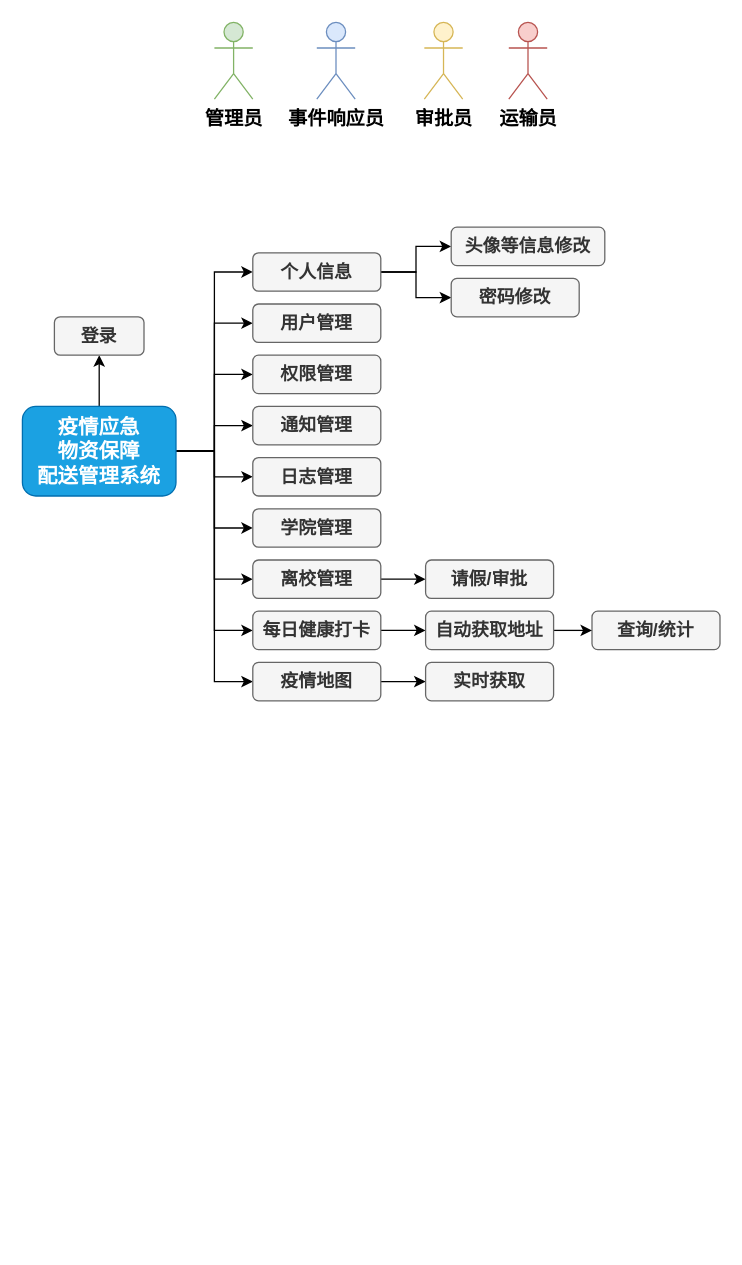
Above: 3疫情应急物资仓库配送管理系统基础版.drawio in redcomet88/DRAW (draw.io), before the change. Source tidied: cells renumbered, new cells numbered last; positions are measured from the earlier drawing's top-left corner, leaving out a move shared by most shapes. Both pictures are drawn from the tidied source at 128%, with x=0, y=0 at pixel (22, 22).
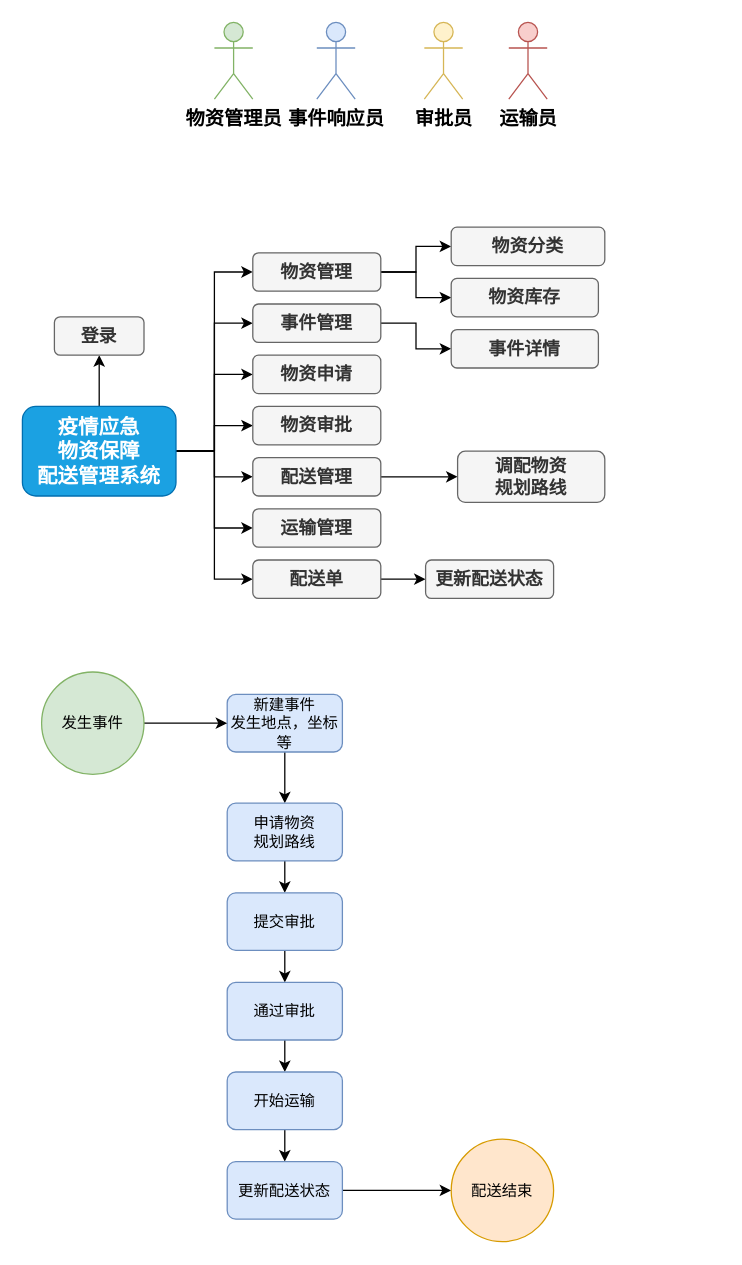
The same page after the edit.

Commit message:
Update 3疫情应急物资仓库配送管理系统基础版.drawio

The change refers to these unchanged cells:
```xml
<mxCell id="16" value="疫情应急&lt;br&gt;物资保障&lt;br&gt;配送管理系统" style="rounded=1;whiteSpace=wrap;html=1;fontSize=16;fillColor=#1ba1e2;strokeColor=#006EAF;fontColor=#ffffff;fontStyle=1;" parent="1" vertex="1">
  <mxGeometry y="300" width="120" height="70" as="geometry" />
</mxCell>
```

Change to the diagram source:
```diff
@@
-    <mxCell id="2" value="管理员" style="shape=umlActor;verticalLabelPosition=bottom;verticalAlign=top;html=1;fillColor=#d5e8d4;strokeColor=#82b366;fontStyle=1;fontSize=15;" parent="1" vertex="1">
+    <mxCell id="2" value="物资管理员" style="shape=umlActor;verticalLabelPosition=bottom;verticalAlign=top;html=1;fillColor=#d5e8d4;strokeColor=#82b366;fontStyle=1;fontSize=15;" parent="1" vertex="1">
       <mxGeometry x="150" width="30" height="60" as="geometry" />
     </mxCell>
@@
-    <mxCell id="10" style="edgeStyle=orthogonalEdgeStyle;rounded=0;jettySize=auto;html=1;exitX=1;exitY=0.5;exitDx=0;exitDy=0;entryX=0;entryY=0.5;entryDx=0;entryDy=0;fontSize=16;" parent="1" edge="1" source="16" target="36">
-      <mxGeometry relative="1" as="geometry" />
-    </mxCell>
@@
-    <mxCell id="15" style="edgeStyle=orthogonalEdgeStyle;rounded=0;jettySize=auto;html=1;exitX=1;exitY=0.5;exitDx=0;exitDy=0;entryX=0;entryY=0.5;entryDx=0;entryDy=0;fontSize=16;" parent="1" edge="1" source="16" target="31">
-      <mxGeometry relative="1" as="geometry" />
-    </mxCell>
@@
+    <mxCell id="39" style="edgeStyle=orthogonalEdgeStyle;rounded=0;jettySize=auto;html=1;exitX=1;exitY=0.5;exitDx=0;exitDy=0;entryX=0;entryY=0.5;entryDx=0;entryDy=0;" parent="1" edge="1" source="18" target="41">
+      <mxGeometry relative="1" as="geometry" />
+    </mxCell>
-    <mxCell id="18" value="用户管理" style="rounded=1;whiteSpace=wrap;html=1;fontSize=14;fillColor=#f5f5f5;fontColor=#333333;strokeColor=#666666;fontStyle=1;" parent="1" vertex="1">
+    <mxCell id="18" value="事件管理" style="rounded=1;whiteSpace=wrap;html=1;fontSize=14;fillColor=#f5f5f5;fontColor=#333333;strokeColor=#666666;fontStyle=1;" parent="1" vertex="1">
       <mxGeometry x="180" y="220" width="100" height="30" as="geometry" />
     </mxCell>
-    <mxCell id="19" value="权限管理" style="rounded=1;whiteSpace=wrap;html=1;fontSize=14;fillColor=#f5f5f5;fontColor=#333333;strokeColor=#666666;fontStyle=1;" parent="1" vertex="1">
+    <mxCell id="19" value="物资申请" style="rounded=1;whiteSpace=wrap;html=1;fontSize=14;fillColor=#f5f5f5;fontColor=#333333;strokeColor=#666666;fontStyle=1;" parent="1" vertex="1">
       <mxGeometry x="180" y="260" width="100" height="30" as="geometry" />
     </mxCell>
-    <mxCell id="20" value="通知管理" style="rounded=1;whiteSpace=wrap;html=1;fontSize=14;fillColor=#f5f5f5;fontColor=#333333;strokeColor=#666666;fontStyle=1;" parent="1" vertex="1">
+    <mxCell id="20" value="物资审批" style="rounded=1;whiteSpace=wrap;html=1;fontSize=14;fillColor=#f5f5f5;fontColor=#333333;strokeColor=#666666;fontStyle=1;" parent="1" vertex="1">
       <mxGeometry x="180" y="300" width="100" height="30" as="geometry" />
     </mxCell>
@@
-    <mxCell id="23" value="个人信息" style="rounded=1;whiteSpace=wrap;html=1;fontSize=14;fillColor=#f5f5f5;fontColor=#333333;strokeColor=#666666;fontStyle=1;" parent="1" vertex="1">
+    <mxCell id="23" value="物资管理" style="rounded=1;whiteSpace=wrap;html=1;fontSize=14;fillColor=#f5f5f5;fontColor=#333333;strokeColor=#666666;fontStyle=1;" parent="1" vertex="1">
       <mxGeometry x="180" y="180" width="100" height="30" as="geometry" />
     </mxCell>
-    <mxCell id="24" value="头像等信息修改" style="rounded=1;whiteSpace=wrap;html=1;fontSize=14;fillColor=#f5f5f5;fontColor=#333333;strokeColor=#666666;fontStyle=1;" parent="1" vertex="1">
+    <mxCell id="24" value="物资分类" style="rounded=1;whiteSpace=wrap;html=1;fontSize=14;fillColor=#f5f5f5;fontColor=#333333;strokeColor=#666666;fontStyle=1;" parent="1" vertex="1">
       <mxGeometry x="335" y="160" width="120" height="30" as="geometry" />
     </mxCell>
+    <mxCell id="40" style="edgeStyle=orthogonalEdgeStyle;rounded=0;jettySize=auto;html=1;exitX=1;exitY=0.5;exitDx=0;exitDy=0;entryX=0;entryY=0.5;entryDx=0;entryDy=0;" parent="1" edge="1" source="25" target="42">
+      <mxGeometry relative="1" as="geometry" />
+    </mxCell>
-    <mxCell id="25" value="日志管理" style="rounded=1;whiteSpace=wrap;html=1;fontSize=14;fillColor=#f5f5f5;fontColor=#333333;strokeColor=#666666;fontStyle=1;" parent="1" vertex="1">
+    <mxCell id="25" value="配送管理" style="rounded=1;whiteSpace=wrap;html=1;fontSize=14;fillColor=#f5f5f5;fontColor=#333333;strokeColor=#666666;fontStyle=1;" parent="1" vertex="1">
       <mxGeometry x="180" y="340" width="100" height="30" as="geometry" />
     </mxCell>
-    <mxCell id="26" value="学院管理" style="rounded=1;whiteSpace=wrap;html=1;fontSize=14;fillColor=#f5f5f5;fontColor=#333333;strokeColor=#666666;fontStyle=1;" parent="1" vertex="1">
+    <mxCell id="26" value="运输管理" style="rounded=1;whiteSpace=wrap;html=1;fontSize=14;fillColor=#f5f5f5;fontColor=#333333;strokeColor=#666666;fontStyle=1;" parent="1" vertex="1">
       <mxGeometry x="180" y="380" width="100" height="30" as="geometry" />
     </mxCell>
@@
-    <mxCell id="28" value="离校管理" style="rounded=1;whiteSpace=wrap;html=1;fontSize=14;fillColor=#f5f5f5;fontColor=#333333;strokeColor=#666666;fontStyle=1;" parent="1" vertex="1">
+    <mxCell id="28" value="配送单" style="rounded=1;whiteSpace=wrap;html=1;fontSize=14;fillColor=#f5f5f5;fontColor=#333333;strokeColor=#666666;fontStyle=1;" parent="1" vertex="1">
       <mxGeometry x="180" y="420" width="100" height="30" as="geometry" />
     </mxCell>
-    <mxCell id="29" value="请假/审批" style="rounded=1;whiteSpace=wrap;html=1;fontSize=14;fillColor=#f5f5f5;fontColor=#333333;strokeColor=#666666;fontStyle=1;" parent="1" vertex="1">
+    <mxCell id="29" value="更新配送状态" style="rounded=1;whiteSpace=wrap;html=1;fontSize=14;fillColor=#f5f5f5;fontColor=#333333;strokeColor=#666666;fontStyle=1;" parent="1" vertex="1">
       <mxGeometry x="315" y="420" width="100" height="30" as="geometry" />
     </mxCell>
-    <mxCell id="30" style="edgeStyle=orthogonalEdgeStyle;rounded=0;jettySize=auto;html=1;exitX=1;exitY=0.5;exitDx=0;exitDy=0;entryX=0;entryY=0.5;entryDx=0;entryDy=0;fontSize=16;" parent="1" edge="1" source="31" target="34">
-      <mxGeometry relative="1" as="geometry" />
-    </mxCell>
-    <mxCell id="31" value="每日健康打卡" style="rounded=1;whiteSpace=wrap;html=1;fontSize=14;fillColor=#f5f5f5;fontColor=#333333;strokeColor=#666666;fontStyle=1;" parent="1" vertex="1">
-      <mxGeometry x="180" y="460" width="100" height="30" as="geometry" />
-    </mxCell>
-    <mxCell id="32" value="查询/统计" style="rounded=1;whiteSpace=wrap;html=1;fontSize=14;fillColor=#f5f5f5;fontColor=#333333;strokeColor=#666666;fontStyle=1;" parent="1" vertex="1">
-      <mxGeometry x="445" y="460" width="100" height="30" as="geometry" />
-    </mxCell>
-    <mxCell id="33" style="edgeStyle=orthogonalEdgeStyle;rounded=0;jettySize=auto;html=1;exitX=1;exitY=0.5;exitDx=0;exitDy=0;entryX=0;entryY=0.5;entryDx=0;entryDy=0;fontSize=16;" parent="1" edge="1" source="34" target="32">
-      <mxGeometry relative="1" as="geometry" />
-    </mxCell>
-    <mxCell id="34" value="自动获取地址" style="rounded=1;whiteSpace=wrap;html=1;fontSize=14;fillColor=#f5f5f5;fontColor=#333333;strokeColor=#666666;fontStyle=1;" parent="1" vertex="1">
-      <mxGeometry x="315" y="460" width="100" height="30" as="geometry" />
-    </mxCell>
-    <mxCell id="35" style="edgeStyle=orthogonalEdgeStyle;rounded=0;jettySize=auto;html=1;exitX=1;exitY=0.5;exitDx=0;exitDy=0;entryX=0;entryY=0.5;entryDx=0;entryDy=0;fontSize=16;" parent="1" edge="1" source="36" target="37">
-      <mxGeometry relative="1" as="geometry" />
-    </mxCell>
-    <mxCell id="36" value="疫情地图" style="rounded=1;whiteSpace=wrap;html=1;fontSize=14;fillColor=#f5f5f5;fontColor=#333333;strokeColor=#666666;fontStyle=1;" parent="1" vertex="1">
-      <mxGeometry x="180" y="500" width="100" height="30" as="geometry" />
-    </mxCell>
-    <mxCell id="37" value="实时获取" style="rounded=1;whiteSpace=wrap;html=1;fontSize=14;fillColor=#f5f5f5;fontColor=#333333;strokeColor=#666666;fontStyle=1;" parent="1" vertex="1">
-      <mxGeometry x="315" y="500" width="100" height="30" as="geometry" />
-    </mxCell>
-    <mxCell id="38" value="密码修改" style="rounded=1;whiteSpace=wrap;html=1;fontSize=14;fillColor=#f5f5f5;fontColor=#333333;strokeColor=#666666;fontStyle=1;" parent="1" vertex="1">
-      <mxGeometry x="335" y="200" width="100" height="30" as="geometry" />
+    <mxCell id="38" value="物资库存" style="rounded=1;whiteSpace=wrap;html=1;fontSize=14;fillColor=#f5f5f5;fontColor=#333333;strokeColor=#666666;fontStyle=1;" parent="1" vertex="1">
+      <mxGeometry x="335" y="200" width="115" height="30" as="geometry" />
     </mxCell>
+    <mxCell id="41" value="事件详情" style="rounded=1;whiteSpace=wrap;html=1;fontSize=14;fillColor=#f5f5f5;fontColor=#333333;strokeColor=#666666;fontStyle=1;" parent="1" vertex="1">
+      <mxGeometry x="335" y="240" width="115" height="30" as="geometry" />
+    </mxCell>
+    <mxCell id="42" value="调配物资&lt;br&gt;规划路线" style="rounded=1;whiteSpace=wrap;html=1;fontSize=14;fillColor=#f5f5f5;fontColor=#333333;strokeColor=#666666;fontStyle=1;" parent="1" vertex="1">
+      <mxGeometry x="340" y="335" width="115" height="40" as="geometry" />
+    </mxCell>
+    <mxCell id="43" style="edgeStyle=orthogonalEdgeStyle;rounded=0;jettySize=auto;html=1;exitX=0.5;exitY=1;exitDx=0;exitDy=0;entryX=0.5;entryY=0;entryDx=0;entryDy=0;" parent="1" edge="1" source="44" target="46">
+      <mxGeometry relative="1" as="geometry" />
+    </mxCell>
+    <mxCell id="44" value="新建事件&lt;br&gt;发生地点，坐标等" style="rounded=1;whiteSpace=wrap;html=1;fillColor=#dae8fc;strokeColor=#6c8ebf;" parent="1" vertex="1">
+      <mxGeometry x="160" y="525" width="90" height="45" as="geometry" />
+    </mxCell>
+    <mxCell id="45" style="edgeStyle=orthogonalEdgeStyle;rounded=0;jettySize=auto;html=1;exitX=0.5;exitY=1;exitDx=0;exitDy=0;entryX=0.5;entryY=0;entryDx=0;entryDy=0;" parent="1" edge="1" source="46" target="48">
+      <mxGeometry relative="1" as="geometry" />
+    </mxCell>
+    <mxCell id="46" value="申请物资&lt;br&gt;规划路线" style="rounded=1;whiteSpace=wrap;html=1;fillColor=#dae8fc;strokeColor=#6c8ebf;" parent="1" vertex="1">
+      <mxGeometry x="160" y="610" width="90" height="45" as="geometry" />
+    </mxCell>
+    <mxCell id="47" style="edgeStyle=orthogonalEdgeStyle;rounded=0;jettySize=auto;html=1;exitX=0.5;exitY=1;exitDx=0;exitDy=0;entryX=0.5;entryY=0;entryDx=0;entryDy=0;" parent="1" edge="1" source="48" target="50">
+      <mxGeometry relative="1" as="geometry" />
+    </mxCell>
+    <mxCell id="48" value="提交审批" style="rounded=1;whiteSpace=wrap;html=1;fillColor=#dae8fc;strokeColor=#6c8ebf;" parent="1" vertex="1">
+      <mxGeometry x="160" y="680" width="90" height="45" as="geometry" />
+    </mxCell>
+    <mxCell id="49" style="edgeStyle=orthogonalEdgeStyle;rounded=0;jettySize=auto;html=1;exitX=0.5;exitY=1;exitDx=0;exitDy=0;entryX=0.5;entryY=0;entryDx=0;entryDy=0;" parent="1" edge="1" source="50" target="52">
+      <mxGeometry relative="1" as="geometry" />
+    </mxCell>
+    <mxCell id="50" value="通过审批" style="rounded=1;whiteSpace=wrap;html=1;fillColor=#dae8fc;strokeColor=#6c8ebf;" parent="1" vertex="1">
+      <mxGeometry x="160" y="750" width="90" height="45" as="geometry" />
+    </mxCell>
+    <mxCell id="51" style="edgeStyle=orthogonalEdgeStyle;rounded=0;jettySize=auto;html=1;exitX=0.5;exitY=1;exitDx=0;exitDy=0;entryX=0.5;entryY=0;entryDx=0;entryDy=0;" parent="1" edge="1" source="52" target="54">
+      <mxGeometry relative="1" as="geometry" />
+    </mxCell>
+    <mxCell id="52" value="开始运输" style="rounded=1;whiteSpace=wrap;html=1;fillColor=#dae8fc;strokeColor=#6c8ebf;" parent="1" vertex="1">
+      <mxGeometry x="160" y="820" width="90" height="45" as="geometry" />
+    </mxCell>
+    <mxCell id="53" style="edgeStyle=orthogonalEdgeStyle;rounded=0;jettySize=auto;html=1;exitX=1;exitY=0.5;exitDx=0;exitDy=0;entryX=0;entryY=0.5;entryDx=0;entryDy=0;" parent="1" edge="1" source="54" target="57">
+      <mxGeometry relative="1" as="geometry" />
+    </mxCell>
+    <mxCell id="54" value="更新配送状态" style="rounded=1;whiteSpace=wrap;html=1;fillColor=#dae8fc;strokeColor=#6c8ebf;" parent="1" vertex="1">
+      <mxGeometry x="160" y="890" width="90" height="45" as="geometry" />
+    </mxCell>
+    <mxCell id="55" style="edgeStyle=orthogonalEdgeStyle;rounded=0;jettySize=auto;html=1;exitX=1;exitY=0.5;exitDx=0;exitDy=0;entryX=0;entryY=0.5;entryDx=0;entryDy=0;" parent="1" edge="1" source="56" target="44">
+      <mxGeometry relative="1" as="geometry" />
+    </mxCell>
+    <mxCell id="56" value="发生事件" style="ellipse;whiteSpace=wrap;html=1;fillColor=#d5e8d4;strokeColor=#82b366;" parent="1" vertex="1">
+      <mxGeometry x="15" y="507.5" width="80" height="80" as="geometry" />
+    </mxCell>
+    <mxCell id="57" value="配送结束" style="ellipse;whiteSpace=wrap;html=1;fillColor=#ffe6cc;strokeColor=#d79b00;" parent="1" vertex="1">
+      <mxGeometry x="335" y="872.5" width="80" height="80" as="geometry" />
+    </mxCell>
```
